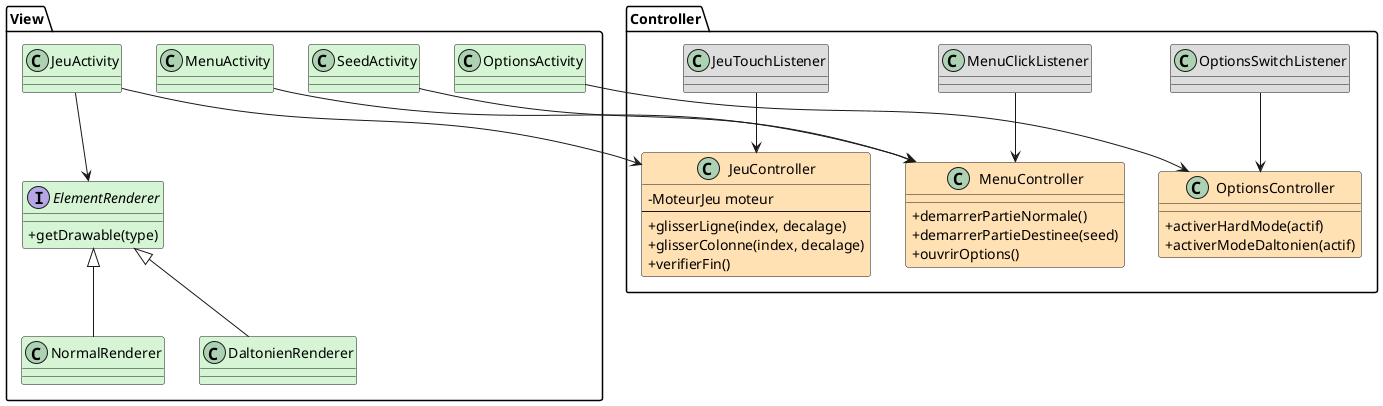
This is organisation/diagrame/View_Controller_Diagram.png from anhdire/SAE41_2025, a PlantUML export, as it was before one commit. Source of this version:
```plantuml
@startuml View_Controller_Diagram
skinparam classAttributeIconSize 0

!define VIEW_COLOR #D5F5D5
!define CONTROLLER_COLOR #FFE0B3
!define LISTENER_COLOR #DDDDDD


package "View" {

class MenuActivity VIEW_COLOR
class JeuActivity VIEW_COLOR
class OptionsActivity VIEW_COLOR
class SeedActivity VIEW_COLOR

interface ElementRenderer VIEW_COLOR {
  + getDrawable(type)
}

class NormalRenderer VIEW_COLOR
class DaltonienRenderer VIEW_COLOR

}


package "Controller" {

class MenuController CONTROLLER_COLOR {
  + demarrerPartieNormale()
  + demarrerPartieDestinee(seed)
  + ouvrirOptions()
}

class JeuController CONTROLLER_COLOR {
  - MoteurJeu moteur
  --
  + glisserLigne(index, decalage)
  + glisserColonne(index, decalage)
  + verifierFin()
}

class OptionsController CONTROLLER_COLOR {
  + activerHardMode(actif)
  + activerModeDaltonien(actif)
}

class MenuClickListener LISTENER_COLOR
class JeuTouchListener LISTENER_COLOR
class OptionsSwitchListener LISTENER_COLOR

}


MenuActivity --> MenuController
JeuActivity --> JeuController
OptionsActivity --> OptionsController
SeedActivity --> MenuController

MenuClickListener --> MenuController
JeuTouchListener --> JeuController
OptionsSwitchListener --> OptionsController

JeuActivity --> ElementRenderer
ElementRenderer <|-- NormalRenderer
ElementRenderer <|-- DaltonienRenderer

@enduml
```
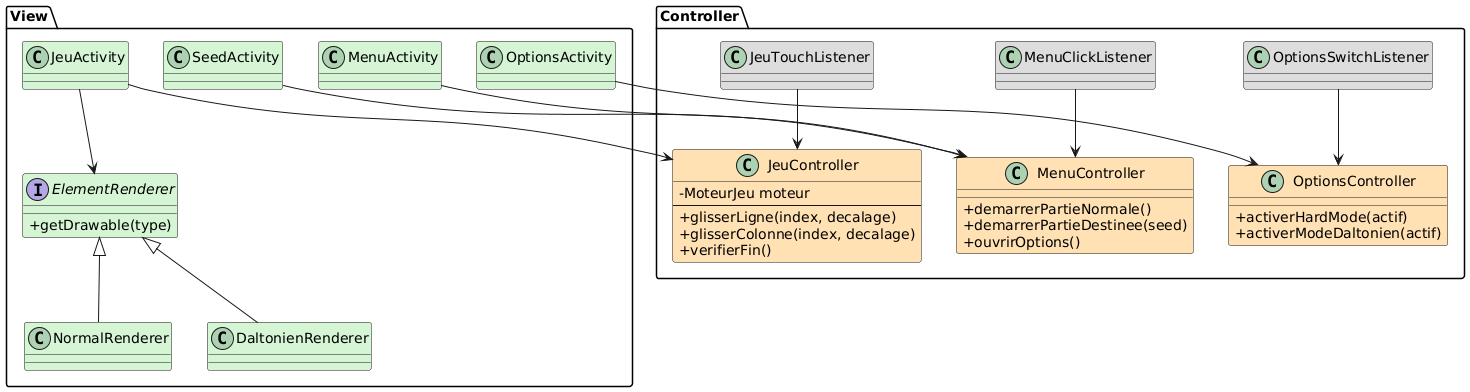
Later version of the same file.

Change to the diagram source:
```diff
@@ -1,4 +1,4 @@
-@startuml View_Controller_Diagram
+@startuml
 skinparam classAttributeIconSize 0
 
 !define VIEW_COLOR #D5F5D5
@@ -63,5 +63,4 @@
 JeuActivity --> ElementRenderer
 ElementRenderer <|-- NormalRenderer
 ElementRenderer <|-- DaltonienRenderer
-
 @enduml
```
